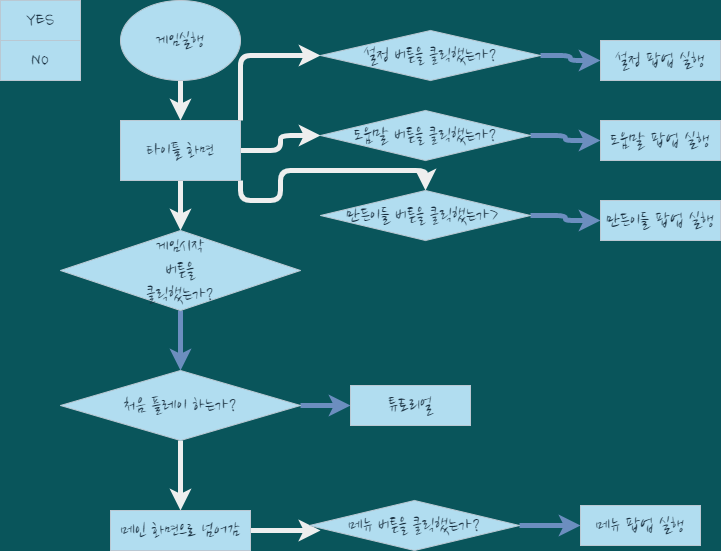
Earlier version of the draw.io export gameplay_flowchat.drawio.png (kinesis19/stac_project_SME). Source tidied: cells renumbered, new cells last; positions are measured from the earlier drawing's top-left corner, leaving out a move shared by most shapes.
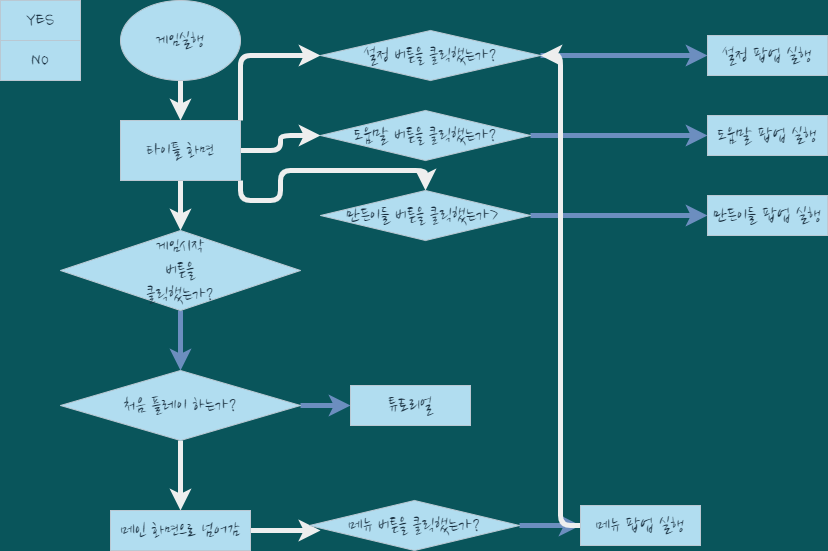
The same file after the commit.

What changed in the source:
```diff
@@ -54,13 +54,13 @@
       <mxGeometry x="320" y="190" width="210" height="50" as="geometry" />
     </mxCell>
     <mxCell id="19" value="설정 팝업 실행" style="rounded=0;whiteSpace=wrap;html=1;sketch=0;fontFamily=Nanum Brush Script;fontSource=https%3A%2F%2Ffonts.googleapis.com%2Fcss%3Ffamily%3DNanum%2BBrush%2BScript;fontSize=20;fillColor=#B1DDF0;strokeColor=#BAC8D3;fontColor=#182E3E;" parent="1" vertex="1">
-      <mxGeometry x="600" y="40" width="120" height="40" as="geometry" />
+      <mxGeometry x="707" y="35" width="120" height="40" as="geometry" />
     </mxCell>
     <mxCell id="20" value="도움말 팝업 실행" style="rounded=0;whiteSpace=wrap;html=1;sketch=0;fontFamily=Nanum Brush Script;fontSource=https%3A%2F%2Ffonts.googleapis.com%2Fcss%3Ffamily%3DNanum%2BBrush%2BScript;fontSize=20;fillColor=#B1DDF0;strokeColor=#BAC8D3;fontColor=#182E3E;" parent="1" vertex="1">
-      <mxGeometry x="600" y="120" width="120" height="40" as="geometry" />
+      <mxGeometry x="707" y="115" width="120" height="40" as="geometry" />
     </mxCell>
     <mxCell id="21" value="만든이들 팝업 실행" style="rounded=0;whiteSpace=wrap;html=1;sketch=0;fontFamily=Nanum Brush Script;fontSource=https%3A%2F%2Ffonts.googleapis.com%2Fcss%3Ffamily%3DNanum%2BBrush%2BScript;fontSize=20;fillColor=#B1DDF0;strokeColor=#BAC8D3;fontColor=#182E3E;" parent="1" vertex="1">
-      <mxGeometry x="600" y="200" width="120" height="40" as="geometry" />
+      <mxGeometry x="707" y="195" width="120" height="40" as="geometry" />
     </mxCell>
     <mxCell id="22" style="edgeStyle=orthogonalEdgeStyle;curved=0;rounded=1;sketch=0;jettySize=auto;html=1;entryX=0;entryY=0.5;entryDx=0;entryDy=0;fontColor=#FFFFFF;strokeColor=#6c8ebf;strokeWidth=5;fillColor=#dae8fc;gradientColor=#7ea6e0;" parent="1" edge="1" source="24" target="25">
       <mxGeometry relative="1" as="geometry" />
@@ -88,6 +88,9 @@
     <mxCell id="29" value="메뉴 버튼을 클릭했는가?" style="rhombus;whiteSpace=wrap;html=1;rounded=0;sketch=0;fontFamily=Nanum Brush Script;fontSource=https%3A%2F%2Ffonts.googleapis.com%2Fcss%3Ffamily%3DNanum%2BBrush%2BScript;fontSize=20;fillColor=#B1DDF0;strokeColor=#BAC8D3;fontColor=#182E3E;" parent="1" vertex="1">
       <mxGeometry x="309" y="500" width="210" height="50" as="geometry" />
     </mxCell>
+    <mxCell id="31" style="edgeStyle=orthogonalEdgeStyle;curved=0;rounded=1;sketch=0;jettySize=auto;html=1;entryX=1;entryY=0.5;entryDx=0;entryDy=0;fontColor=#FFFFFF;strokeColor=#EEEEEE;strokeWidth=5;" parent="1" edge="1" source="30" target="14">
+      <mxGeometry relative="1" as="geometry" />
+    </mxCell>
     <mxCell id="30" value="메뉴 팝업 실행" style="rounded=0;whiteSpace=wrap;html=1;sketch=0;fontFamily=Nanum Brush Script;fontSource=https%3A%2F%2Ffonts.googleapis.com%2Fcss%3Ffamily%3DNanum%2BBrush%2BScript;fontSize=20;fillColor=#B1DDF0;strokeColor=#BAC8D3;fontColor=#182E3E;" parent="1" vertex="1">
       <mxGeometry x="580" y="505" width="120" height="40" as="geometry" />
     </mxCell>
```
